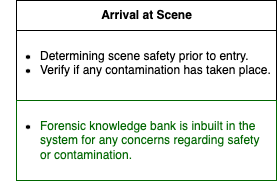
Aeshaa/starter-hugo-academic keeps this draw.io diagram as content/project/AR_for_CSI/AR.drawio.png. Above is the earlier version. Source tidied: cells renumbered, new cells last; positions are measured from the earlier drawing's top-left corner, leaving out a move shared by most shapes.
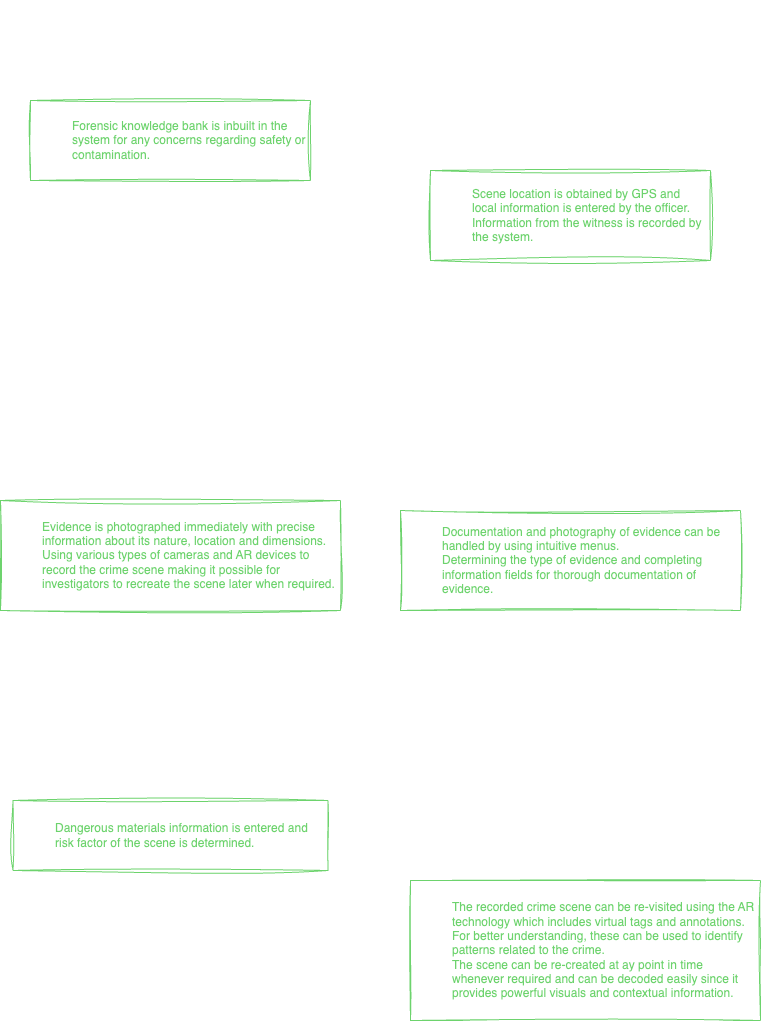
The same diagram one commit later.

The edit, as a diff of the source:
```diff
@@ -2,14 +2,74 @@
   <root>
     <mxCell id="0" />
     <mxCell id="1" parent="0" />
-    <mxCell id="2" value="&lt;b&gt;Arrival at Scene&lt;/b&gt;" style="swimlane;fontStyle=0;horizontal=1;startSize=30;fillColor=none;html=1;align=center;verticalAlign=middle;" parent="1" vertex="1">
-      <mxGeometry width="260" height="180" as="geometry" />
+    <mxCell id="2" style="edgeStyle=orthogonalEdgeStyle;rounded=0;jettySize=auto;html=1;spacingLeft=0;spacingBottom=0;horizontal=1;verticalAlign=middle;shadow=0;sketch=1;curveFitting=1;jiggle=2;spacing=2;" parent="1" edge="1" source="3" target="7">
+      <mxGeometry relative="1" as="geometry" />
     </mxCell>
-    <mxCell id="3" value="&lt;ul&gt;&lt;li&gt;&lt;span style=&quot;background-color: initial;&quot;&gt;Determining scene safety prior to entry.&lt;/span&gt;&lt;/li&gt;&lt;li&gt;&lt;span style=&quot;background-color: initial;&quot;&gt;Verify if any contamination has taken place.&lt;/span&gt;&lt;/li&gt;&lt;/ul&gt;" style="text;strokeColor=none;fillColor=none;align=left;verticalAlign=top;spacingLeft=-18;spacingRight=4;overflow=hidden;points=[[0,0.5],[1,0.5]];portConstraint=eastwest;whiteSpace=wrap;html=1;perimeterSpacing=0;" parent="2" vertex="1">
-      <mxGeometry y="30" width="260" height="70" as="geometry" />
+    <mxCell id="3" value="&lt;b&gt;Arrival at Scene&lt;/b&gt;" style="swimlane;fontStyle=0;horizontal=1;startSize=30;fillColor=none;html=1;align=center;verticalAlign=middle;spacingLeft=0;spacingBottom=0;whiteSpace=wrap;shadow=0;rounded=0;sketch=1;curveFitting=1;jiggle=2;spacing=2;" parent="1" vertex="1">
+      <mxGeometry x="-90" y="-80" width="280" height="180" as="geometry" />
     </mxCell>
-    <mxCell id="4" value="&lt;ul&gt;&lt;li&gt;&lt;font color=&quot;#006600&quot;&gt;Forensic knowledge bank is inbuilt in the system for any concerns regarding safety or contamination.&lt;/font&gt;&lt;/li&gt;&lt;/ul&gt;" style="text;strokeColor=#006600;fillColor=none;align=left;verticalAlign=top;spacingLeft=-18;spacingRight=4;overflow=hidden;whiteSpace=wrap;html=1;" parent="2" vertex="1">
-      <mxGeometry y="100" width="260" height="80" as="geometry" />
+    <mxCell id="4" value="&lt;ul&gt;&lt;li&gt;&lt;span style=&quot;background-color: initial;&quot;&gt;Determining scene safety prior to entry.&lt;/span&gt;&lt;/li&gt;&lt;li&gt;&lt;span style=&quot;background-color: initial;&quot;&gt;Verify if any contamination has taken place.&lt;/span&gt;&lt;/li&gt;&lt;/ul&gt;" style="text;strokeColor=none;fillColor=none;align=left;verticalAlign=middle;spacingLeft=0;spacingRight=4;overflow=hidden;whiteSpace=wrap;html=1;perimeterSpacing=0;spacingBottom=0;horizontal=1;shadow=0;rounded=0;sketch=1;curveFitting=1;jiggle=2;spacing=2;" parent="3" vertex="1">
+      <mxGeometry y="30" width="280" height="70" as="geometry" />
     </mxCell>
+    <mxCell id="5" value="&lt;ul&gt;&lt;li&gt;&lt;font color=&quot;#006600&quot;&gt;Forensic knowledge bank is inbuilt in the system for any concerns regarding safety or contamination.&lt;/font&gt;&lt;/li&gt;&lt;/ul&gt;" style="text;strokeColor=#006600;fillColor=none;align=left;verticalAlign=middle;spacingLeft=0;spacingRight=4;overflow=hidden;whiteSpace=wrap;html=1;spacingBottom=0;horizontal=1;shadow=0;rounded=0;sketch=1;curveFitting=1;jiggle=2;spacing=2;" parent="3" vertex="1">
+      <mxGeometry y="100" width="280" height="80" as="geometry" />
+    </mxCell>
+    <mxCell id="6" style="edgeStyle=orthogonalEdgeStyle;rounded=0;jettySize=auto;html=1;spacingLeft=0;spacingBottom=0;horizontal=1;verticalAlign=middle;shadow=0;sketch=1;curveFitting=1;jiggle=2;spacing=2;" parent="1" edge="1" source="7" target="11">
+      <mxGeometry relative="1" as="geometry" />
+    </mxCell>
+    <mxCell id="7" value="&lt;b&gt;Scene Briefing&lt;/b&gt;" style="swimlane;fontStyle=0;horizontal=1;startSize=30;fillColor=none;html=1;align=center;verticalAlign=middle;spacingLeft=0;spacingBottom=0;whiteSpace=wrap;shadow=0;rounded=0;sketch=1;curveFitting=1;jiggle=2;spacing=2;" parent="1" vertex="1">
+      <mxGeometry x="310" y="-60" width="280" height="240" as="geometry" />
+    </mxCell>
+    <mxCell id="8" value="&lt;ul&gt;&lt;li&gt;Locating the entry point to the scene and determining the nature and scope of the investigation.&lt;/li&gt;&lt;li&gt;&lt;span style=&quot;background-color: initial;&quot;&gt;Documenting scene location (address, building name, mile marker, etc).&lt;/span&gt;&lt;/li&gt;&lt;li&gt;&lt;span style=&quot;background-color: initial;&quot;&gt;Taking initial accounts from the 1st witness.&lt;/span&gt;&lt;/li&gt;&lt;/ul&gt;" style="text;strokeColor=none;fillColor=none;align=left;verticalAlign=middle;spacingLeft=0;spacingRight=4;overflow=hidden;whiteSpace=wrap;html=1;perimeterSpacing=0;spacingBottom=0;horizontal=1;shadow=0;rounded=0;sketch=1;curveFitting=1;jiggle=2;spacing=2;" parent="7" vertex="1">
+      <mxGeometry y="30" width="280" height="120" as="geometry" />
+    </mxCell>
+    <mxCell id="9" value="&lt;ul&gt;&lt;li&gt;&lt;font color=&quot;#006600&quot;&gt;Scene location is obtained by GPS and local information is entered by the officer.&lt;/font&gt;&lt;/li&gt;&lt;li&gt;&lt;font color=&quot;#006600&quot;&gt;Information from the witness is recorded by the system.&lt;/font&gt;&lt;/li&gt;&lt;/ul&gt;" style="text;strokeColor=#006600;fillColor=none;align=left;verticalAlign=middle;spacingLeft=0;spacingRight=4;overflow=hidden;whiteSpace=wrap;html=1;spacingBottom=0;horizontal=1;shadow=0;rounded=0;sketch=1;curveFitting=1;jiggle=2;spacing=2;" parent="7" vertex="1">
+      <mxGeometry y="150" width="280" height="90" as="geometry" />
+    </mxCell>
+    <mxCell id="10" style="edgeStyle=orthogonalEdgeStyle;rounded=0;jettySize=auto;html=1;spacingLeft=0;spacingBottom=0;horizontal=1;verticalAlign=middle;shadow=0;sketch=1;curveFitting=1;jiggle=2;spacing=2;" parent="1" edge="1" source="11" target="15">
+      <mxGeometry relative="1" as="geometry" />
+    </mxCell>
+    <mxCell id="11" value="&lt;b&gt;Scene Walkthrough &amp;amp; Documentation&lt;/b&gt;" style="swimlane;fontStyle=0;horizontal=1;startSize=30;fillColor=none;html=1;align=center;verticalAlign=middle;spacingLeft=0;spacingBottom=0;whiteSpace=wrap;shadow=0;rounded=0;sketch=1;curveFitting=1;jiggle=2;spacing=2;" parent="1" vertex="1">
+      <mxGeometry x="280" y="230" width="340" height="300" as="geometry" />
+    </mxCell>
+    <mxCell id="12" value="&lt;ul&gt;&lt;li&gt;Reassessing scene boundaries and establishing entry and exit paths.&lt;/li&gt;&lt;li&gt;Collect and document evidence immediately if appropriate.&lt;/li&gt;&lt;li&gt;Document and describe the measurements, scene environment, and other items of evidence and record in writing their relation to the crime.&lt;/li&gt;&lt;li&gt;With the aid of specific devices, connecting to specialists for expert guidance regarding further procedure.&lt;/li&gt;&lt;/ul&gt;" style="text;strokeColor=none;fillColor=none;align=left;verticalAlign=middle;spacingLeft=0;spacingRight=4;overflow=hidden;whiteSpace=wrap;html=1;perimeterSpacing=0;spacingBottom=0;horizontal=1;shadow=0;rounded=0;sketch=1;curveFitting=1;jiggle=2;spacing=2;" parent="11" vertex="1">
+      <mxGeometry y="30" width="340" height="170" as="geometry" />
+    </mxCell>
+    <mxCell id="13" value="&lt;ul&gt;&lt;li&gt;&lt;font color=&quot;#006600&quot;&gt;Documentation and photography of evidence can be handled by using intuitive menus.&lt;/font&gt;&lt;/li&gt;&lt;li&gt;&lt;font color=&quot;#006600&quot;&gt;Determining the type of evidence and completing information fields for thorough documentation of evidence.&lt;/font&gt;&lt;/li&gt;&lt;/ul&gt;" style="text;strokeColor=#006600;fillColor=none;align=left;verticalAlign=middle;spacingLeft=0;spacingRight=4;overflow=hidden;whiteSpace=wrap;html=1;spacingBottom=0;horizontal=1;shadow=0;rounded=0;sketch=1;curveFitting=1;jiggle=2;spacing=2;" parent="11" vertex="1">
+      <mxGeometry y="200" width="340" height="100" as="geometry" />
+    </mxCell>
+    <mxCell id="14" style="edgeStyle=orthogonalEdgeStyle;rounded=0;jettySize=auto;html=1;spacingLeft=0;spacingBottom=0;horizontal=1;verticalAlign=middle;shadow=0;sketch=1;curveFitting=1;jiggle=2;spacing=2;" parent="1" edge="1" source="15" target="19">
+      <mxGeometry relative="1" as="geometry" />
+    </mxCell>
+    <mxCell id="15" value="&lt;b&gt;Photographing the Scene&lt;/b&gt;" style="swimlane;fontStyle=0;horizontal=1;startSize=30;fillColor=none;html=1;align=center;verticalAlign=middle;spacingLeft=0;spacingBottom=0;whiteSpace=wrap;shadow=0;rounded=0;sketch=1;curveFitting=1;jiggle=2;spacing=2;" parent="1" vertex="1">
+      <mxGeometry x="-120" y="260" width="340" height="270" as="geometry" />
+    </mxCell>
+    <mxCell id="16" value="&lt;ul&gt;&lt;li&gt;Photograph all evidence with scale.&lt;/li&gt;&lt;li&gt;Obtain wide angle view of the scene.&lt;/li&gt;&lt;li&gt;Photograph specific areas of the scene to bring context to the whole scene.&lt;/li&gt;&lt;li&gt;Photographing the place from different angles to provide various perspectives that could uncover new evidence.&lt;/li&gt;&lt;/ul&gt;" style="text;strokeColor=none;fillColor=none;align=left;verticalAlign=middle;spacingLeft=0;spacingRight=4;overflow=hidden;whiteSpace=wrap;html=1;perimeterSpacing=0;spacingBottom=0;horizontal=1;shadow=0;rounded=0;sketch=1;curveFitting=1;jiggle=2;spacing=2;" parent="15" vertex="1">
+      <mxGeometry y="30" width="340" height="130" as="geometry" />
+    </mxCell>
+    <mxCell id="17" value="&lt;ul&gt;&lt;li&gt;&lt;font color=&quot;#006600&quot;&gt;Evidence is photographed immediately with precise information about its nature, location and dimensions.&lt;/font&gt;&lt;/li&gt;&lt;li&gt;&lt;font color=&quot;#006600&quot;&gt;Using various types of cameras and AR devices to record the crime scene making it possible for investigators to recreate the scene later when required.&lt;/font&gt;&lt;/li&gt;&lt;/ul&gt;" style="text;strokeColor=#006600;fillColor=none;align=left;verticalAlign=middle;spacingLeft=0;spacingRight=4;overflow=hidden;whiteSpace=wrap;html=1;spacingBottom=0;horizontal=1;shadow=0;rounded=0;sketch=1;curveFitting=1;jiggle=2;spacing=2;" parent="15" vertex="1">
+      <mxGeometry y="160" width="340" height="110" as="geometry" />
+    </mxCell>
+    <mxCell id="18" style="edgeStyle=orthogonalEdgeStyle;rounded=0;jettySize=auto;html=1;spacingLeft=0;spacingBottom=0;horizontal=1;verticalAlign=middle;shadow=0;sketch=1;curveFitting=1;jiggle=2;spacing=2;" parent="1" edge="1" source="19" target="22">
+      <mxGeometry relative="1" as="geometry" />
+    </mxCell>
+    <mxCell id="19" value="&lt;b&gt;Exit Procedure&lt;/b&gt;" style="swimlane;fontStyle=0;horizontal=1;startSize=30;fillColor=none;html=1;align=center;verticalAlign=middle;spacingLeft=0;spacingBottom=0;whiteSpace=wrap;shadow=0;rounded=0;sketch=1;curveFitting=1;jiggle=2;spacing=2;" parent="1" vertex="1">
+      <mxGeometry x="-107.5" y="590" width="315" height="200" as="geometry" />
+    </mxCell>
+    <mxCell id="20" value="&lt;ul&gt;&lt;li&gt;ID, inventory and remove all evidence collected at scene.&lt;/li&gt;&lt;li&gt;Remove all personal equipment and materials.&lt;/li&gt;&lt;li&gt;Report and document any dangerous material or condition.&lt;/li&gt;&lt;/ul&gt;" style="text;strokeColor=none;fillColor=none;align=left;verticalAlign=middle;spacingLeft=0;spacingRight=4;overflow=hidden;whiteSpace=wrap;html=1;perimeterSpacing=0;spacingBottom=0;horizontal=1;shadow=0;rounded=0;sketch=1;curveFitting=1;jiggle=2;spacing=2;" parent="19" vertex="1">
+      <mxGeometry y="30" width="315" height="100" as="geometry" />
+    </mxCell>
+    <mxCell id="21" value="&lt;ul&gt;&lt;li&gt;&lt;font color=&quot;#006600&quot;&gt;Dangerous materials information is entered and risk factor of the scene is determined.&lt;/font&gt;&lt;/li&gt;&lt;/ul&gt;" style="text;strokeColor=#006600;fillColor=none;align=left;verticalAlign=middle;spacingLeft=0;spacingRight=4;overflow=hidden;whiteSpace=wrap;html=1;spacingBottom=0;horizontal=1;shadow=0;rounded=0;sketch=1;curveFitting=1;jiggle=2;spacing=2;" parent="19" vertex="1">
+      <mxGeometry y="130" width="315" height="70" as="geometry" />
+    </mxCell>
+    <mxCell id="22" value="&lt;b&gt;Re-Visiting the Scene&lt;/b&gt;" style="swimlane;fontStyle=0;horizontal=1;startSize=30;fillColor=none;html=1;align=center;verticalAlign=middle;spacingLeft=0;spacingBottom=0;whiteSpace=wrap;shadow=0;rounded=0;sketch=1;curveFitting=1;jiggle=2;spacing=2;" parent="1" vertex="1">
+      <mxGeometry x="290" y="640" width="350" height="300" as="geometry" />
+    </mxCell>
+    <mxCell id="23" value="&lt;ul&gt;&lt;li&gt;The recorded scene can be presented in the court of law as evidence, if required.&lt;/li&gt;&lt;li&gt;While solving the case, there could be need of re-evaluating the crime scene as it was, without any contamination.&lt;/li&gt;&lt;li&gt;The scene might need to be understood and envisioned out of context.&lt;/li&gt;&lt;/ul&gt;" style="text;strokeColor=none;fillColor=none;align=left;verticalAlign=middle;spacingLeft=0;spacingRight=4;overflow=hidden;whiteSpace=wrap;html=1;perimeterSpacing=0;spacingBottom=0;horizontal=1;shadow=0;rounded=0;sketch=1;curveFitting=1;jiggle=2;spacing=2;" parent="22" vertex="1">
+      <mxGeometry y="30" width="350" height="130" as="geometry" />
+    </mxCell>
+    <mxCell id="24" value="&lt;ul&gt;&lt;li&gt;&lt;font color=&quot;#006600&quot;&gt;The recorded crime scene can be re-visited using the AR technology which includes virtual tags and annotations.&lt;/font&gt;&lt;/li&gt;&lt;li&gt;&lt;font color=&quot;#006600&quot;&gt;For better understanding, these can be used to identify patterns related to the crime.&lt;/font&gt;&lt;/li&gt;&lt;li&gt;&lt;font color=&quot;#006600&quot;&gt;The scene can be re-created at ay point in time whenever required and can be decoded easily since it provides powerful visuals and contextual information.&lt;/font&gt;&lt;/li&gt;&lt;/ul&gt;" style="text;strokeColor=#006600;fillColor=none;align=left;verticalAlign=middle;spacingLeft=0;spacingRight=4;overflow=hidden;whiteSpace=wrap;html=1;spacingBottom=0;horizontal=1;shadow=0;rounded=0;sketch=1;curveFitting=1;jiggle=2;spacing=2;" parent="22" vertex="1">
+      <mxGeometry y="160" width="350" height="140" as="geometry" />
+    </mxCell>
   </root>
 </mxGraphModel>
```
